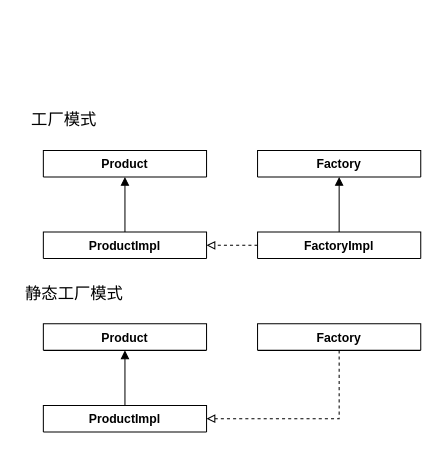
waterwatermelon/graph keeps this draw.io diagram as page "第 2 页" (2 of 4) of design-pattern.drawio. Above is the earlier version. Source tidied: cells renumbered, new cells numbered last; positions are measured from the earlier drawing's top-left corner, leaving out a move shared by most shapes. Both pictures are drawn from the tidied source at 102%, with x=0, y=0 at pixel (17, 109).
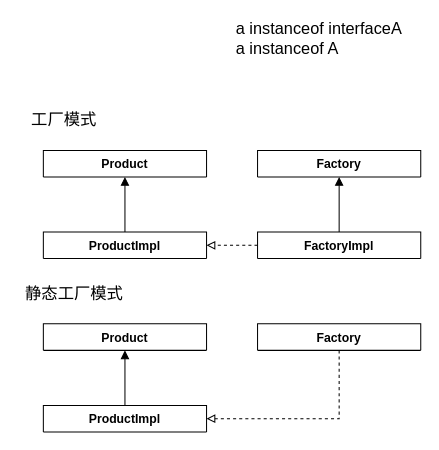
Above is the later version.

Diff of the diagram source:
```diff
@@
 <mxGraphModel>
   <root>
     <mxCell id="0" />
     <mxCell id="1" parent="0" />
     <mxCell id="2" value="工厂模式" style="text;html=1;align=center;verticalAlign=middle;fontSize=16;" parent="1" vertex="1">
       <mxGeometry x="5" width="80" height="20" as="geometry" />
     </mxCell>
     <mxCell id="3" value="Product" style="swimlane;fontStyle=1;align=center;verticalAlign=top;horizontal=1;startSize=26;rounded=0;shadow=0;strokeWidth=1;" parent="1" vertex="1" collapsed="1">
       <mxGeometry x="25" y="40" width="160" height="26" as="geometry" />
     </mxCell>
     <mxCell id="4" value="Factory" style="swimlane;fontStyle=1;align=center;verticalAlign=top;horizontal=1;startSize=26;rounded=0;shadow=0;strokeWidth=1;" parent="1" vertex="1" collapsed="1">
       <mxGeometry x="235" y="40" width="160" height="26" as="geometry" />
     </mxCell>
     <mxCell id="5" style="edgeStyle=orthogonalEdgeStyle;rounded=0;jettySize=auto;html=1;exitX=0.5;exitY=0;exitDx=0;exitDy=0;endArrow=block;endFill=1;" parent="1" edge="1" source="6" target="3">
       <mxGeometry relative="1" as="geometry" />
     </mxCell>
     <mxCell id="6" value="ProductImpl" style="swimlane;fontStyle=1;align=center;verticalAlign=top;horizontal=1;startSize=26;rounded=0;shadow=0;strokeWidth=1;" parent="1" vertex="1" collapsed="1">
       <mxGeometry x="25" y="120" width="160" height="26" as="geometry" />
     </mxCell>
     <mxCell id="7" style="edgeStyle=orthogonalEdgeStyle;rounded=0;jettySize=auto;html=1;entryX=0.5;entryY=1;entryDx=0;entryDy=0;endArrow=block;endFill=1;" parent="1" edge="1" source="9" target="4">
       <mxGeometry relative="1" as="geometry" />
     </mxCell>
     <mxCell id="8" style="edgeStyle=orthogonalEdgeStyle;rounded=0;jettySize=auto;html=1;exitX=0;exitY=0.5;exitDx=0;exitDy=0;endArrow=block;endFill=0;dashed=1;" parent="1" edge="1" source="9" target="6">
       <mxGeometry relative="1" as="geometry" />
     </mxCell>
     <mxCell id="9" value="FactoryImpl&#10;" style="swimlane;fontStyle=1;align=center;verticalAlign=top;horizontal=1;startSize=26;rounded=0;shadow=0;strokeWidth=1;" parent="1" vertex="1" collapsed="1">
       <mxGeometry x="235" y="120" width="160" height="26" as="geometry" />
     </mxCell>
     <mxCell id="10" value="Product" style="swimlane;fontStyle=1;align=center;verticalAlign=top;horizontal=1;startSize=26;rounded=0;shadow=0;strokeWidth=1;" parent="1" vertex="1" collapsed="1">
       <mxGeometry x="25" y="210" width="160" height="26" as="geometry" />
     </mxCell>
     <mxCell id="11" value="Factory" style="swimlane;fontStyle=1;align=center;verticalAlign=top;horizontal=1;startSize=26;rounded=0;shadow=0;strokeWidth=1;" parent="1" vertex="1" collapsed="1">
       <mxGeometry x="235" y="210" width="160" height="26" as="geometry" />
     </mxCell>
     <mxCell id="12" style="edgeStyle=orthogonalEdgeStyle;rounded=0;jettySize=auto;html=1;exitX=0.5;exitY=0;exitDx=0;exitDy=0;endArrow=block;endFill=1;" parent="1" edge="1" source="13" target="10">
       <mxGeometry relative="1" as="geometry" />
     </mxCell>
     <mxCell id="13" value="ProductImpl" style="swimlane;fontStyle=1;align=center;verticalAlign=top;horizontal=1;startSize=26;rounded=0;shadow=0;strokeWidth=1;" parent="1" vertex="1" collapsed="1">
       <mxGeometry x="25" y="290" width="160" height="26" as="geometry" />
     </mxCell>
     <mxCell id="14" style="edgeStyle=orthogonalEdgeStyle;rounded=0;jettySize=auto;html=1;exitX=0.5;exitY=1;exitDx=0;exitDy=0;endArrow=block;endFill=0;dashed=1;entryX=1;entryY=0.5;entryDx=0;entryDy=0;" parent="1" edge="1" source="11" target="13">
       <mxGeometry relative="1" as="geometry" />
     </mxCell>
     <mxCell id="15" value="静态工厂模式" style="text;html=1;align=center;verticalAlign=middle;fontSize=16;" parent="1" vertex="1">
       <mxGeometry y="170" width="110" height="20" as="geometry" />
     </mxCell>
+    <mxCell id="16" value="&lt;div style=&quot;text-align: left&quot;&gt;&lt;span&gt;a instanceof interfaceA&lt;/span&gt;&lt;/div&gt;&lt;div style=&quot;text-align: left&quot;&gt;&lt;span&gt;a instanceof A&lt;/span&gt;&lt;/div&gt;" style="text;html=1;align=center;verticalAlign=middle;fontSize=16;" parent="1" vertex="1">
+      <mxGeometry x="205" y="-90" width="180" height="40" as="geometry" />
+    </mxCell>
   </root>
 </mxGraphModel>
```
